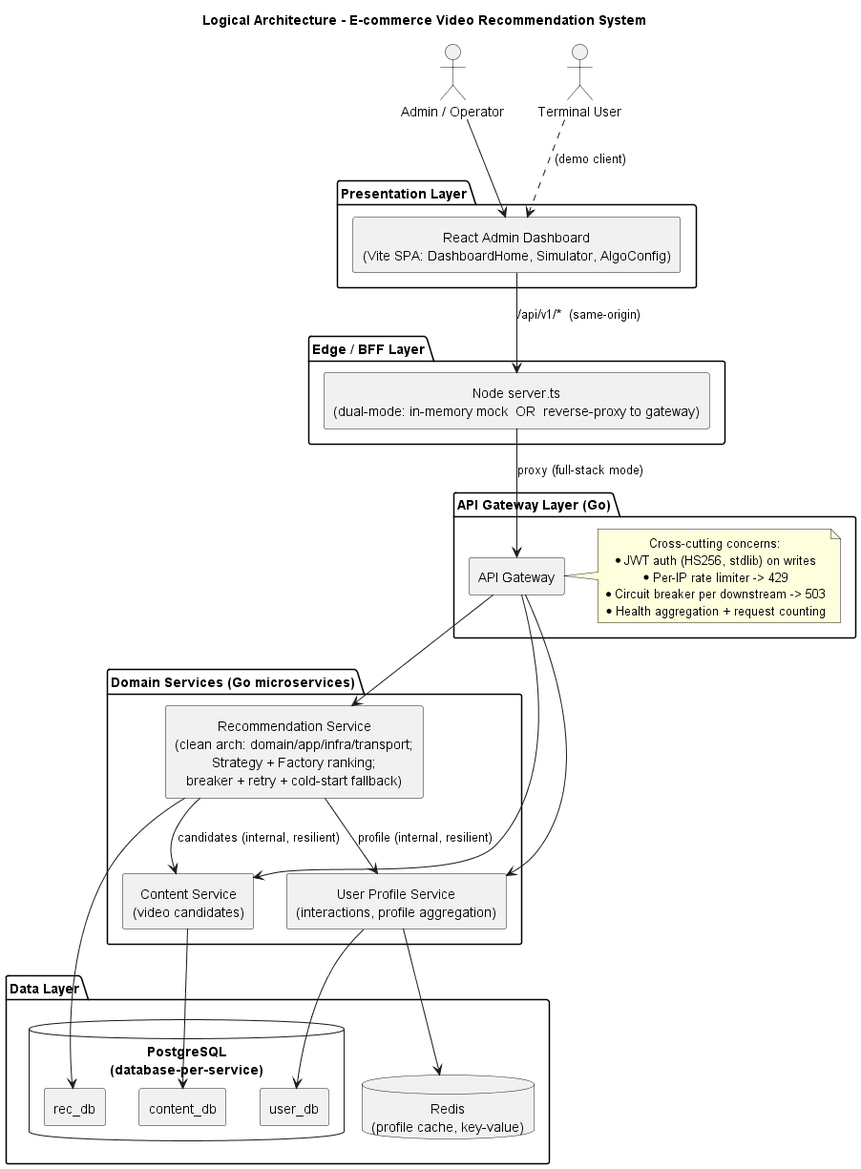
Earlier version of the PlantUML export docs/architecture/png/logical-architecture.png (wwwwtou/capstone).
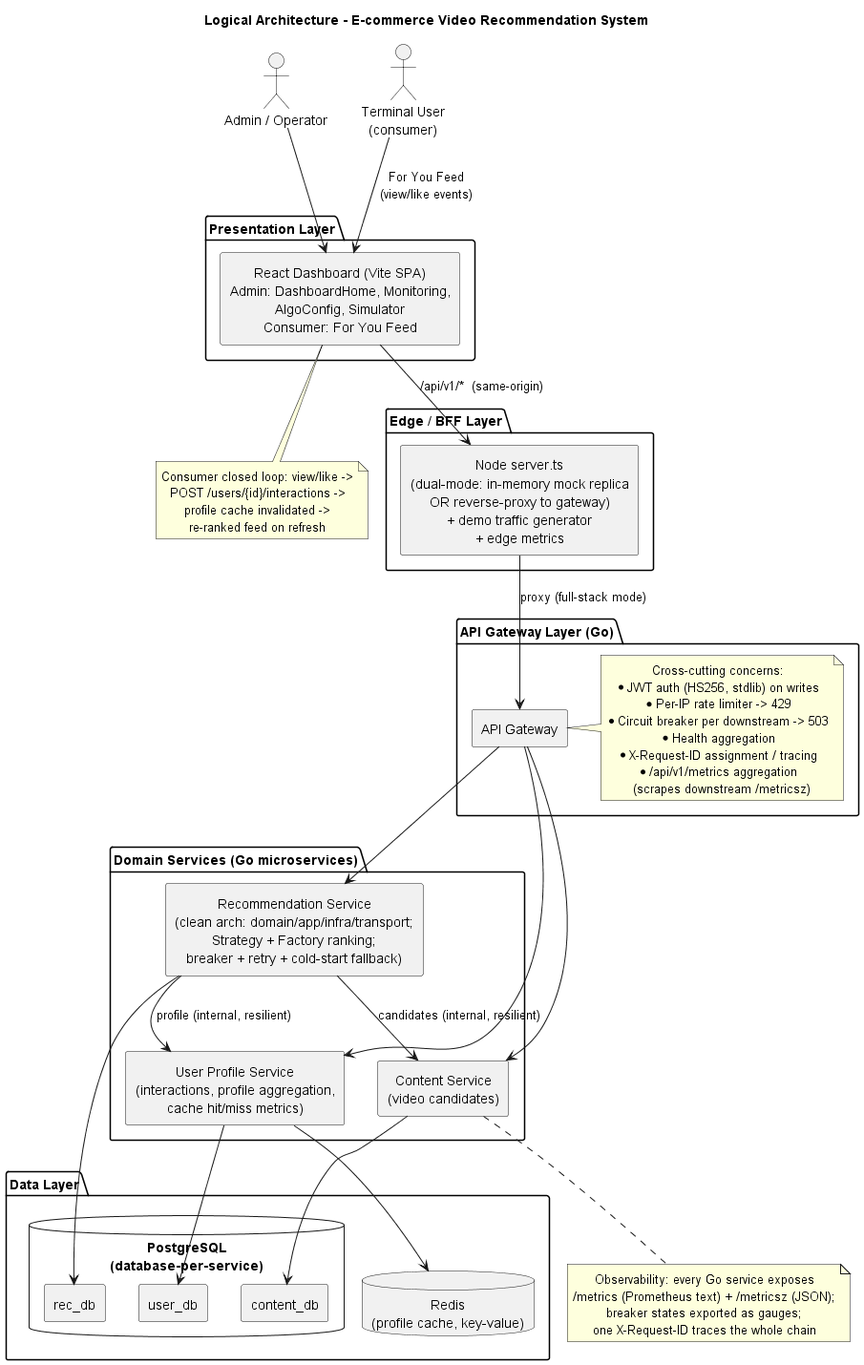
After the change.

Diff of the diagram source:
```diff
@@ -6,14 +6,14 @@
 skinparam defaultTextAlignment center
 
 actor "Admin / Operator" as admin
-actor "Terminal User" as user
+actor "Terminal User\n(consumer)" as user
 
 package "Presentation Layer" {
-  [React Admin Dashboard\n(Vite SPA: DashboardHome, Simulator, AlgoConfig)] as react
+  [React Dashboard (Vite SPA)\nAdmin: DashboardHome, Monitoring,\nAlgoConfig, Simulator\nConsumer: For You Feed] as react
 }
 
 package "Edge / BFF Layer" {
-  [Node server.ts\n(dual-mode: in-memory mock  OR  reverse-proxy to gateway)] as bff
+  [Node server.ts\n(dual-mode: in-memory mock replica\nOR reverse-proxy to gateway)\n+ demo traffic generator\n+ edge metrics] as bff
 }
 
 package "API Gateway Layer (Go)" {
@@ -23,13 +23,16 @@
     * JWT auth (HS256, stdlib) on writes
     * Per-IP rate limiter -> 429
     * Circuit breaker per downstream -> 503
-    * Health aggregation + request counting
+    * Health aggregation
+    * X-Request-ID assignment / tracing
+    * /api/v1/metrics aggregation
+      (scrapes downstream /metricsz)
   end note
 }
 
 package "Domain Services (Go microservices)" {
   [Recommendation Service\n(clean arch: domain/app/infra/transport;\nStrategy + Factory ranking;\nbreaker + retry + cold-start fallback)] as rec
-  [User Profile Service\n(interactions, profile aggregation)] as usvc
+  [User Profile Service\n(interactions, profile aggregation,\ncache hit/miss metrics)] as usvc
   [Content Service\n(video candidates)] as csvc
 }
 
@@ -43,7 +46,7 @@
 }
 
 admin --> react
-user ..> react : (demo client)
+user --> react : For You Feed\n(view/like events)
 react --> bff : /api/v1/*  (same-origin)
 bff --> gw : proxy (full-stack mode)
 
@@ -57,4 +60,18 @@
 usvc --> user_db
 usvc --> redis
 csvc --> content_db
+
+note bottom of react
+  Consumer closed loop: view/like ->
+  POST /users/{id}/interactions ->
+  profile cache invalidated ->
+  re-ranked feed on refresh
+end note
+
+note bottom of csvc
+  Observability: every Go service exposes
+  /metrics (Prometheus text) + /metricsz (JSON);
+  breaker states exported as gauges;
+  one X-Request-ID traces the whole chain
+end note
 @enduml
```
